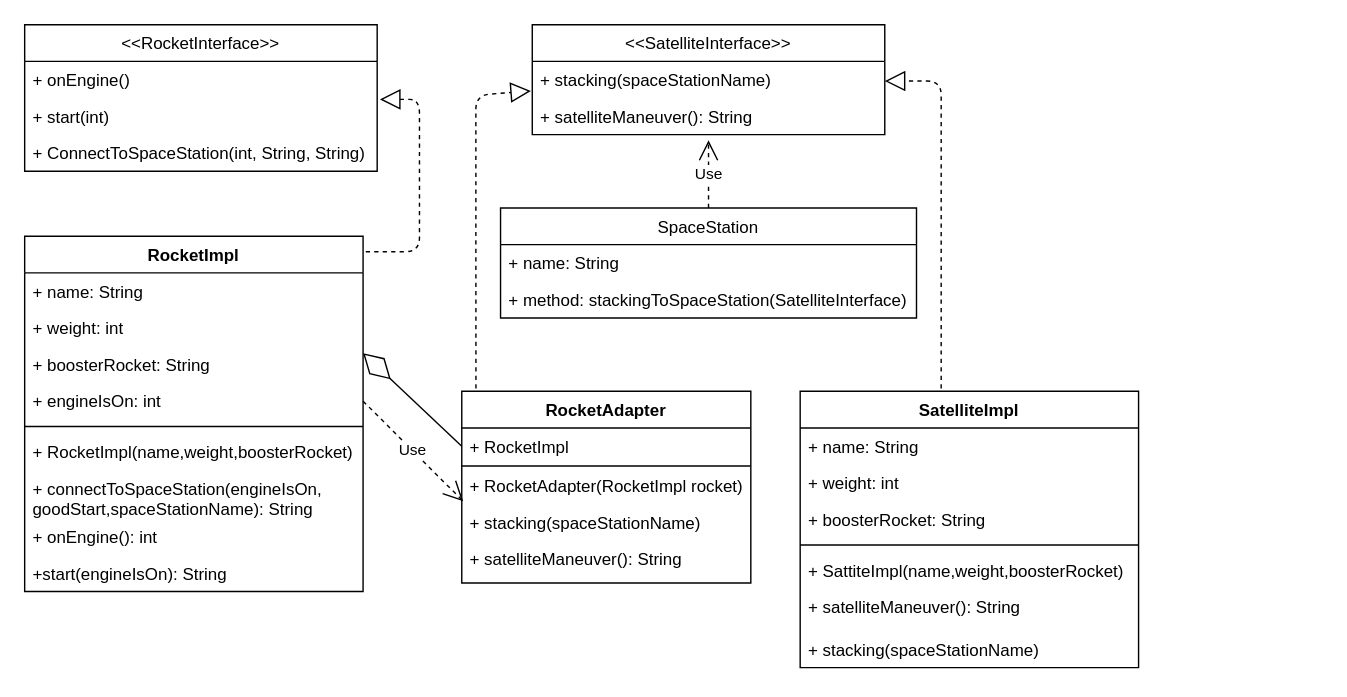
Earlier version of the draw.io diagram page "Adapter" (5 of 16) of src/main/java/adapter/Untitled Diagram.drawio (VladGithu8/patterns_homework2). Source tidied: cells renumbered, new cells numbered last; positions are measured from the earlier drawing's top-left corner, leaving out a move shared by most shapes. Both pictures are drawn from the tidied source at 141%, with x=0, y=0 at pixel (24, 24).
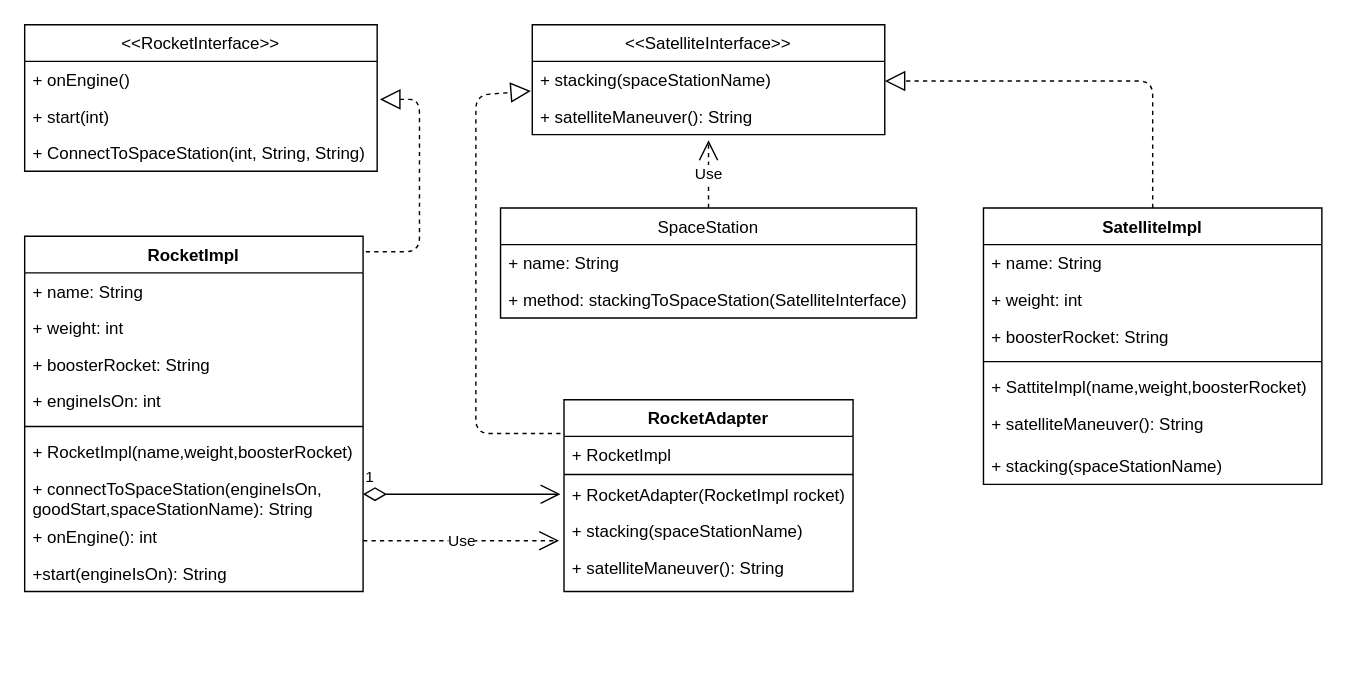
After the change.

The change refers to these unchanged cells:
```xml
<mxCell id="7" value="+ stacking(spaceStationName)" style="text;strokeColor=none;fillColor=none;align=left;verticalAlign=top;spacingLeft=4;spacingRight=4;overflow=hidden;points=[[0,0.5],[1,0.5]];portConstraint=eastwest;" parent="6" vertex="1">
  <mxGeometry y="26" width="250" height="26" as="geometry" />
</mxCell>
<mxCell id="12" value="+ boosterRocket: String" style="text;strokeColor=none;fillColor=none;align=left;verticalAlign=top;spacingLeft=4;spacingRight=4;overflow=hidden;points=[[0,0.5],[1,0.5]];portConstraint=eastwest;" parent="9" vertex="1">
  <mxGeometry y="78" width="240" height="26" as="geometry" />
</mxCell>
<mxCell id="13" value="+ engineIsOn: int" style="text;strokeColor=none;fillColor=none;align=left;verticalAlign=top;spacingLeft=4;spacingRight=4;overflow=hidden;points=[[0,0.5],[1,0.5]];portConstraint=eastwest;" parent="9" vertex="1">
  <mxGeometry y="104" width="240" height="26" as="geometry" />
</mxCell>
<mxCell id="16" value="+ connectToSpaceStation(engineIsOn,&#10;goodStart,spaceStationName): String" style="text;strokeColor=none;fillColor=none;align=left;verticalAlign=top;spacingLeft=4;spacingRight=4;overflow=hidden;points=[[0,0.5],[1,0.5]];portConstraint=eastwest;" parent="9" vertex="1">
  <mxGeometry y="166" width="240" height="34" as="geometry" />
</mxCell>
<mxCell id="20" value="+ RocketImpl" style="text;strokeColor=none;fillColor=none;align=left;verticalAlign=top;spacingLeft=4;spacingRight=4;overflow=hidden;points=[[0,0.5],[1,0.5]];portConstraint=eastwest;" parent="19" vertex="1">
  <mxGeometry y="26" width="205" height="26" as="geometry" />
</mxCell>
<mxCell id="22" value="+ RocketAdapter(RocketImpl rocket)" style="text;strokeColor=none;fillColor=none;align=left;verticalAlign=top;spacingLeft=4;spacingRight=4;overflow=hidden;points=[[0,0.5],[1,0.5]];portConstraint=eastwest;" parent="19" vertex="1">
  <mxGeometry y="54" width="205" height="26" as="geometry" />
</mxCell>
<mxCell id="23" value="+ stacking(spaceStationName)" style="text;strokeColor=none;fillColor=none;align=left;verticalAlign=top;spacingLeft=4;spacingRight=4;overflow=hidden;points=[[0,0.5],[1,0.5]];portConstraint=eastwest;" parent="19" vertex="1">
  <mxGeometry y="80" width="205" height="26" as="geometry" />
</mxCell>
```

The edit, as a diff of the source:
```diff
@@
     <mxCell id="19" value="RocketAdapter" style="swimlane;fontStyle=1;align=center;verticalAlign=top;horizontal=1;startSize=26;" parent="1" vertex="1">
-      <mxGeometry x="310" y="260" width="205" height="136" as="geometry" />
+      <mxGeometry x="382.5" y="266" width="205" height="136" as="geometry" />
     </mxCell>
@@
     <mxCell id="25" value="SatelliteImpl" style="swimlane;fontStyle=1;align=center;verticalAlign=top;horizontal=1;startSize=26;" parent="1" vertex="1">
-      <mxGeometry x="550" y="260" width="240" height="196" as="geometry" />
+      <mxGeometry x="680" y="130" width="240" height="196" as="geometry" />
     </mxCell>
@@
-    <mxCell id="36" value="Use" style="endArrow=open;endSize=12;dashed=1;html=1;exitX=1;exitY=0.5;exitDx=0;exitDy=0;entryX=0.005;entryY=0.923;entryDx=0;entryDy=0;entryPerimeter=0;" parent="1" edge="1" source="13" target="22">
-      <mxGeometry relative="1" as="geometry" />
+    <mxCell id="36" value="Use" style="endArrow=open;endSize=12;dashed=1;html=1;entryX=-0.017;entryY=0.769;entryDx=0;entryDy=0;entryPerimeter=0;" parent="1" edge="1" target="23">
+      <mxGeometry relative="1" as="geometry">
+        <mxPoint x="240" y="366" as="sourcePoint" />
+      </mxGeometry>
     </mxCell>
@@
-    <mxCell id="38" style="endArrow=block;dashed=1;endFill=0;endSize=12;html=1;entryX=1;entryY=0.538;entryDx=0;entryDy=0;entryPerimeter=0;" parent="1" edge="1" target="7">
+    <mxCell id="38" style="endArrow=block;dashed=1;endFill=0;endSize=12;html=1;entryX=1;entryY=0.538;entryDx=0;entryDy=0;entryPerimeter=0;exitX=0.5;exitY=0;exitDx=0;exitDy=0;" parent="1" edge="1" source="25" target="7">
       <mxGeometry relative="1" as="geometry">
-        <mxPoint x="650" y="258" as="sourcePoint" />
         <Array as="points">
+          <mxPoint x="800" y="40" />
           <mxPoint x="650" y="40" />
         </Array>
       </mxGeometry>
     </mxCell>
-    <mxCell id="39" style="endArrow=block;dashed=1;endFill=0;endSize=12;html=1;entryX=-0.004;entryY=0.808;entryDx=0;entryDy=0;exitX=0.049;exitY=-0.015;exitDx=0;exitDy=0;exitPerimeter=0;entryPerimeter=0;" parent="1" edge="1" source="19" target="7">
+    <mxCell id="39" style="endArrow=block;dashed=1;endFill=0;endSize=12;html=1;entryX=-0.004;entryY=0.808;entryDx=0;entryDy=0;entryPerimeter=0;" parent="1" edge="1" target="7">
       <mxGeometry relative="1" as="geometry">
+        <mxPoint x="380" y="290" as="sourcePoint" />
         <Array as="points">
+          <mxPoint x="320" y="290" />
           <mxPoint x="320" y="150" />
           <mxPoint x="320" y="50" />
         </Array>
       </mxGeometry>
     </mxCell>
@@
-    <mxCell id="41" style="endArrow=diamondThin;endFill=0;endSize=24;html=1;entryX=1;entryY=0.192;entryDx=0;entryDy=0;exitX=0;exitY=0.5;exitDx=0;exitDy=0;entryPerimeter=0;" parent="1" edge="1" source="20" target="12">
-      <mxGeometry relative="1" as="geometry" />
-    </mxCell>
+    <mxCell id="42" value="1" style="endArrow=open;html=1;endSize=12;startArrow=diamondThin;startSize=14;startFill=0;edgeStyle=orthogonalEdgeStyle;align=left;verticalAlign=bottom;" parent="1" edge="1" source="16">
+      <mxGeometry x="-1" y="3" relative="1" as="geometry">
+        <mxPoint x="380" y="333" as="targetPoint" />
+      </mxGeometry>
+    </mxCell>
```
